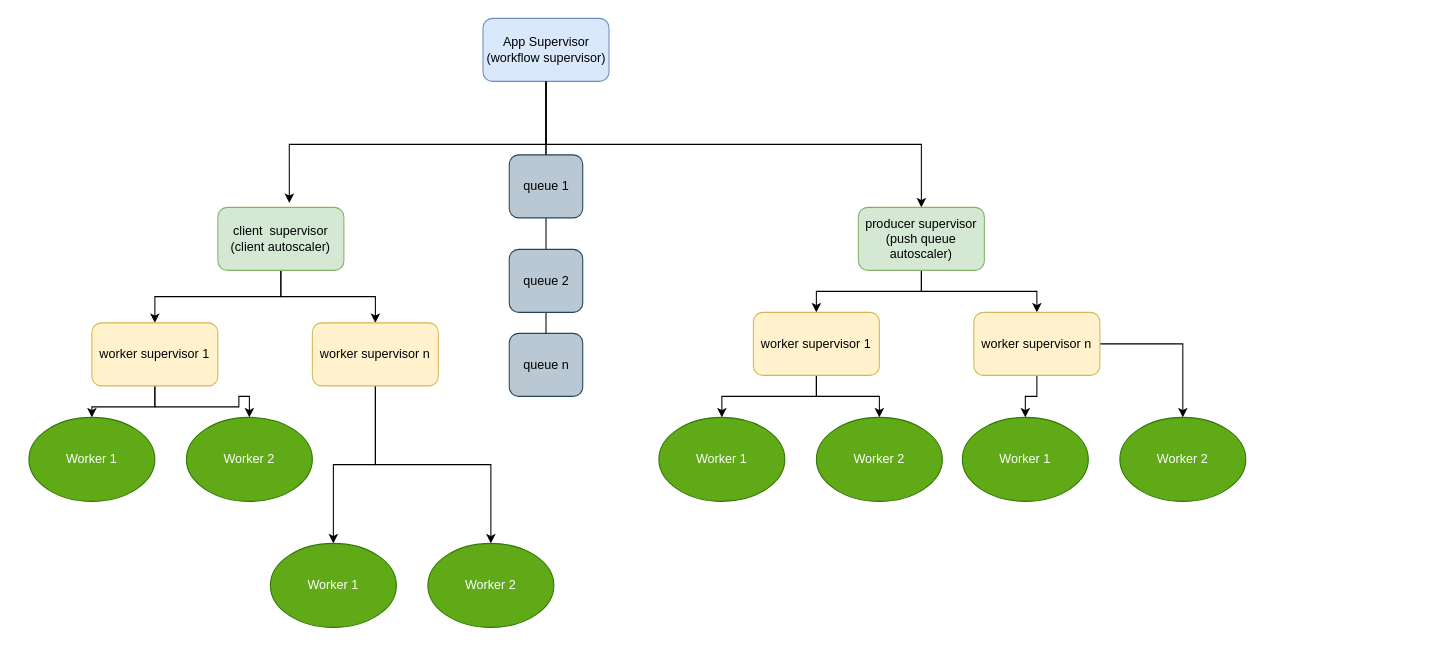
Above: page "supervision tree" (2 of 3) of Untitled Diagram.drawio in sandufurdui/Learn-Scala (draw.io), before the change. Source tidied: cells renumbered, new cells numbered last; positions are measured from the earlier drawing's top-left corner, leaving out a move shared by most shapes. Both pictures are drawn from the tidied source at 105%, with x=0, y=0 at pixel (28, 18).
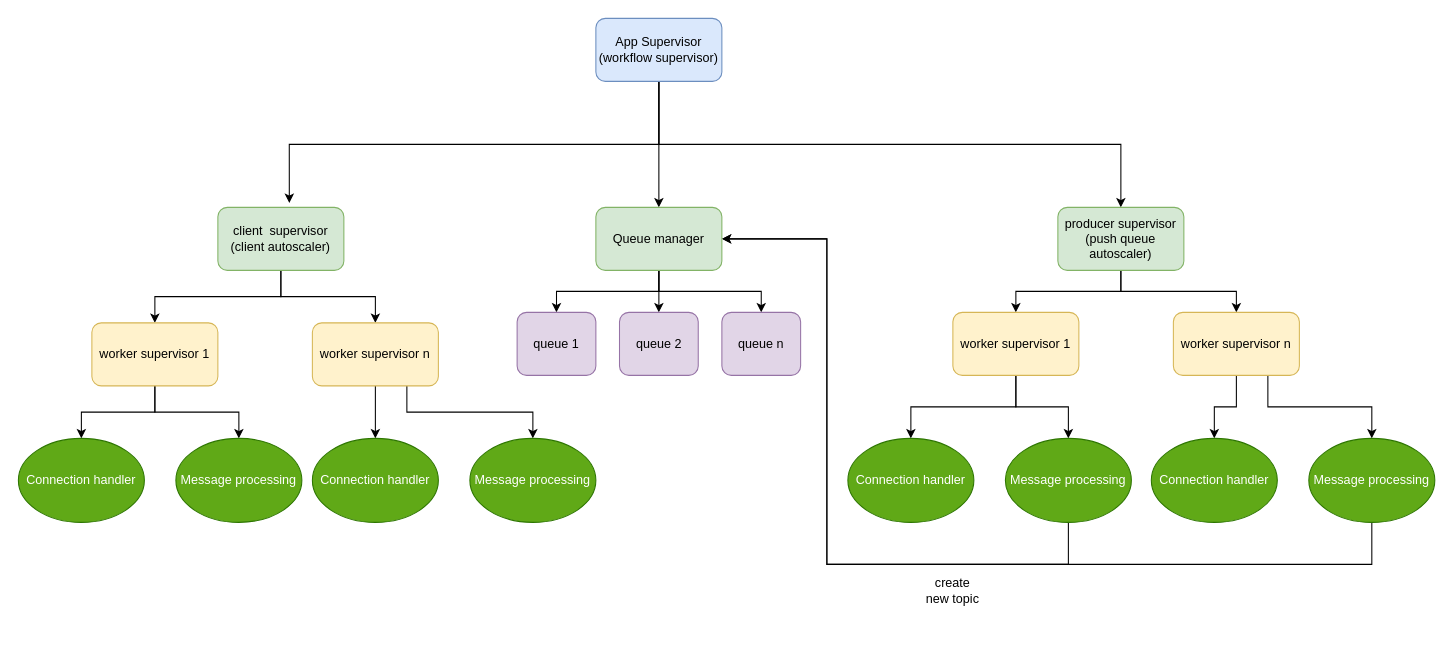
After the change.

Unchanged cells that the change refers to:
```xml
<mxCell id="23" value="&lt;span style=&quot;&quot;&gt;worker supervisor n&lt;/span&gt;" style="rounded=1;whiteSpace=wrap;html=1;fillColor=#fff2cc;strokeColor=#d6b656;" parent="1" vertex="1">
  <mxGeometry x="270" y="290" width="120" height="60" as="geometry" />
</mxCell>
```

Diff of the diagram source:
```diff
@@
+    <mxCell id="38" style="edgeStyle=orthogonalEdgeStyle;rounded=0;jettySize=auto;html=1;entryX=0.5;entryY=0;entryDx=0;entryDy=0;" parent="1" edge="1" source="4" target="44">
+      <mxGeometry relative="1" as="geometry" />
+    </mxCell>
     <mxCell id="4" value="App Supervisor&lt;br&gt;(workflow supervisor)" style="rounded=1;whiteSpace=wrap;html=1;fillColor=#dae8fc;strokeColor=#6c8ebf;" parent="1" vertex="1">
-      <mxGeometry x="432.5" width="120" height="60" as="geometry" />
+      <mxGeometry x="540" width="120" height="60" as="geometry" />
     </mxCell>
@@
     <mxCell id="10" value="producer supervisor&lt;br&gt;(push queue autoscaler)" style="rounded=1;whiteSpace=wrap;html=1;fillColor=#d5e8d4;strokeColor=#82b366;" parent="1" vertex="1">
-      <mxGeometry x="790" y="180" width="120" height="60" as="geometry" />
+      <mxGeometry x="980" y="180" width="120" height="60" as="geometry" />
     </mxCell>
-    <mxCell id="11" value="queue n" style="rounded=1;whiteSpace=wrap;html=1;fillColor=#bac8d3;strokeColor=#23445d;" parent="1" vertex="1">
-      <mxGeometry x="457.5" y="300" width="70" height="60" as="geometry" />
-    </mxCell>
-    <mxCell id="12" style="endArrow=none;html=1;rounded=0;exitX=0.5;exitY=1;exitDx=0;exitDy=0;entryX=0.5;entryY=0;entryDx=0;entryDy=0;startArrow=none;" parent="1" edge="1" source="15" target="17">
-      <mxGeometry relative="1" as="geometry" />
-    </mxCell>
-    <mxCell id="13" style="endArrow=none;html=1;rounded=0;exitX=0.5;exitY=1;exitDx=0;exitDy=0;entryX=0.5;entryY=0;entryDx=0;entryDy=0;" parent="1" edge="1" source="4" target="15">
-      <mxGeometry relative="1" as="geometry" />
-    </mxCell>
-    <mxCell id="14" style="endArrow=none;html=1;rounded=0;exitX=0.5;exitY=1;exitDx=0;exitDy=0;entryX=0.5;entryY=0;entryDx=0;entryDy=0;startArrow=none;" parent="1" edge="1" source="17" target="11">
-      <mxGeometry relative="1" as="geometry" />
-    </mxCell>
-    <mxCell id="15" value="queue 1" style="rounded=1;whiteSpace=wrap;html=1;fillColor=#bac8d3;strokeColor=#23445d;" parent="1" vertex="1">
-      <mxGeometry x="457.5" y="130" width="70" height="60" as="geometry" />
-    </mxCell>
-    <mxCell id="16" style="endArrow=none;html=1;rounded=0;exitX=0.5;exitY=1;exitDx=0;exitDy=0;entryX=0.5;entryY=0;entryDx=0;entryDy=0;" parent="1" edge="1" source="4" target="15">
-      <mxGeometry relative="1" as="geometry" />
-    </mxCell>
-    <mxCell id="17" value="queue 2" style="rounded=1;whiteSpace=wrap;html=1;fillColor=#bac8d3;strokeColor=#23445d;" parent="1" vertex="1">
-      <mxGeometry x="457.5" y="220" width="70" height="60" as="geometry" />
-    </mxCell>
@@
-    <mxCell id="22" style="edgeStyle=orthogonalEdgeStyle;rounded=0;jettySize=auto;html=1;entryX=0.5;entryY=0;entryDx=0;entryDy=0;" parent="1" edge="1" source="23" target="33">
+    <mxCell id="22" style="edgeStyle=orthogonalEdgeStyle;rounded=0;jettySize=auto;html=1;exitX=0.75;exitY=1;exitDx=0;exitDy=0;entryX=0.5;entryY=0;entryDx=0;entryDy=0;" parent="1" edge="1" source="23" target="33">
       <mxGeometry relative="1" as="geometry" />
     </mxCell>
@@
     <mxCell id="26" value="&lt;span style=&quot;&quot;&gt;worker supervisor 1&lt;/span&gt;" style="rounded=1;whiteSpace=wrap;html=1;fillColor=#fff2cc;strokeColor=#d6b656;" parent="1" vertex="1">
-      <mxGeometry x="690" y="280" width="120" height="60" as="geometry" />
+      <mxGeometry x="880" y="280" width="120" height="60" as="geometry" />
     </mxCell>
@@
-    <mxCell id="28" style="edgeStyle=orthogonalEdgeStyle;rounded=0;jettySize=auto;html=1;entryX=0.5;entryY=0;entryDx=0;entryDy=0;" parent="1" edge="1" source="29" target="37">
+    <mxCell id="28" style="edgeStyle=orthogonalEdgeStyle;rounded=0;jettySize=auto;html=1;exitX=0.75;exitY=1;exitDx=0;exitDy=0;entryX=0.5;entryY=0;entryDx=0;entryDy=0;" parent="1" edge="1" source="29" target="37">
       <mxGeometry relative="1" as="geometry" />
     </mxCell>
     <mxCell id="29" value="&lt;span style=&quot;&quot;&gt;worker supervisor n&lt;/span&gt;" style="rounded=1;whiteSpace=wrap;html=1;fillColor=#fff2cc;strokeColor=#d6b656;" parent="1" vertex="1">
-      <mxGeometry x="900" y="280" width="120" height="60" as="geometry" />
+      <mxGeometry x="1090" y="280" width="120" height="60" as="geometry" />
     </mxCell>
-    <mxCell id="30" value="Worker 1" style="ellipse;whiteSpace=wrap;html=1;fillColor=#60a917;fontColor=#ffffff;strokeColor=#2D7600;" parent="1" vertex="1">
-      <mxGeometry y="380" width="120" height="80" as="geometry" />
+    <mxCell id="30" value="Connection handler" style="ellipse;whiteSpace=wrap;html=1;fillColor=#60a917;fontColor=#ffffff;strokeColor=#2D7600;" parent="1" vertex="1">
+      <mxGeometry x="-10" y="400" width="120" height="80" as="geometry" />
     </mxCell>
-    <mxCell id="31" value="Worker 2" style="ellipse;whiteSpace=wrap;html=1;fillColor=#60a917;fontColor=#ffffff;strokeColor=#2D7600;" parent="1" vertex="1">
-      <mxGeometry x="150" y="380" width="120" height="80" as="geometry" />
+    <mxCell id="31" value="Message processing" style="ellipse;whiteSpace=wrap;html=1;fillColor=#60a917;fontColor=#ffffff;strokeColor=#2D7600;" parent="1" vertex="1">
+      <mxGeometry x="140" y="400" width="120" height="80" as="geometry" />
     </mxCell>
-    <mxCell id="32" value="Worker 1" style="ellipse;whiteSpace=wrap;html=1;fillColor=#60a917;fontColor=#ffffff;strokeColor=#2D7600;" parent="1" vertex="1">
-      <mxGeometry x="230" y="500" width="120" height="80" as="geometry" />
+    <mxCell id="32" value="Connection handler" style="ellipse;whiteSpace=wrap;html=1;fillColor=#60a917;fontColor=#ffffff;strokeColor=#2D7600;" parent="1" vertex="1">
+      <mxGeometry x="270" y="400" width="120" height="80" as="geometry" />
     </mxCell>
-    <mxCell id="33" value="Worker 2" style="ellipse;whiteSpace=wrap;html=1;fillColor=#60a917;fontColor=#ffffff;strokeColor=#2D7600;" parent="1" vertex="1">
-      <mxGeometry x="380" y="500" width="120" height="80" as="geometry" />
+    <mxCell id="33" value="Message processing" style="ellipse;whiteSpace=wrap;html=1;fillColor=#60a917;fontColor=#ffffff;strokeColor=#2D7600;" parent="1" vertex="1">
+      <mxGeometry x="420" y="400" width="120" height="80" as="geometry" />
     </mxCell>
-    <mxCell id="34" value="Worker 1" style="ellipse;whiteSpace=wrap;html=1;fillColor=#60a917;fontColor=#ffffff;strokeColor=#2D7600;" parent="1" vertex="1">
-      <mxGeometry x="600" y="380" width="120" height="80" as="geometry" />
+    <mxCell id="34" value="Connection handler" style="ellipse;whiteSpace=wrap;html=1;fillColor=#60a917;fontColor=#ffffff;strokeColor=#2D7600;" parent="1" vertex="1">
+      <mxGeometry x="780" y="400" width="120" height="80" as="geometry" />
     </mxCell>
+    <mxCell id="39" style="edgeStyle=orthogonalEdgeStyle;rounded=0;jettySize=auto;html=1;entryX=1;entryY=0.5;entryDx=0;entryDy=0;" parent="1" edge="1" source="35" target="44">
+      <mxGeometry relative="1" as="geometry">
+        <Array as="points">
+          <mxPoint x="990" y="520" />
+          <mxPoint x="760" y="520" />
+          <mxPoint x="760" y="210" />
+        </Array>
+      </mxGeometry>
+    </mxCell>
-    <mxCell id="35" value="Worker 2" style="ellipse;whiteSpace=wrap;html=1;fillColor=#60a917;fontColor=#ffffff;strokeColor=#2D7600;" parent="1" vertex="1">
-      <mxGeometry x="750" y="380" width="120" height="80" as="geometry" />
+    <mxCell id="35" value="Message processing" style="ellipse;whiteSpace=wrap;html=1;fillColor=#60a917;fontColor=#ffffff;strokeColor=#2D7600;" parent="1" vertex="1">
+      <mxGeometry x="930" y="400" width="120" height="80" as="geometry" />
     </mxCell>
-    <mxCell id="36" value="Worker 1" style="ellipse;whiteSpace=wrap;html=1;fillColor=#60a917;fontColor=#ffffff;strokeColor=#2D7600;" parent="1" vertex="1">
-      <mxGeometry x="889" y="380" width="120" height="80" as="geometry" />
+    <mxCell id="36" value="Connection handler" style="ellipse;whiteSpace=wrap;html=1;fillColor=#60a917;fontColor=#ffffff;strokeColor=#2D7600;" parent="1" vertex="1">
+      <mxGeometry x="1069" y="400" width="120" height="80" as="geometry" />
     </mxCell>
+    <mxCell id="40" style="edgeStyle=orthogonalEdgeStyle;rounded=0;jettySize=auto;html=1;" parent="1" edge="1" source="37">
+      <mxGeometry relative="1" as="geometry">
+        <mxPoint x="660" y="210" as="targetPoint" />
+        <Array as="points">
+          <mxPoint x="1279" y="520" />
+          <mxPoint x="760" y="520" />
+          <mxPoint x="760" y="210" />
+        </Array>
+      </mxGeometry>
+    </mxCell>
-    <mxCell id="37" value="Worker 2" style="ellipse;whiteSpace=wrap;html=1;fillColor=#60a917;fontColor=#ffffff;strokeColor=#2D7600;" parent="1" vertex="1">
-      <mxGeometry x="1039" y="380" width="120" height="80" as="geometry" />
+    <mxCell id="37" value="Message processing" style="ellipse;whiteSpace=wrap;html=1;fillColor=#60a917;fontColor=#ffffff;strokeColor=#2D7600;" parent="1" vertex="1">
+      <mxGeometry x="1219" y="400" width="120" height="80" as="geometry" />
     </mxCell>
+    <mxCell id="41" style="edgeStyle=orthogonalEdgeStyle;rounded=0;jettySize=auto;html=1;exitX=0.5;exitY=1;exitDx=0;exitDy=0;entryX=0.5;entryY=0;entryDx=0;entryDy=0;" parent="1" edge="1" source="44" target="15">
+      <mxGeometry relative="1" as="geometry" />
+    </mxCell>
+    <mxCell id="42" style="edgeStyle=orthogonalEdgeStyle;rounded=0;jettySize=auto;html=1;entryX=0.5;entryY=0;entryDx=0;entryDy=0;" parent="1" edge="1" source="44" target="17">
+      <mxGeometry relative="1" as="geometry" />
+    </mxCell>
+    <mxCell id="43" style="edgeStyle=orthogonalEdgeStyle;rounded=0;jettySize=auto;html=1;entryX=0.5;entryY=0;entryDx=0;entryDy=0;" parent="1" edge="1" source="44" target="11">
+      <mxGeometry relative="1" as="geometry" />
+    </mxCell>
+    <mxCell id="44" value="Queue manager" style="rounded=1;whiteSpace=wrap;html=1;fillColor=#d5e8d4;strokeColor=#82b366;" parent="1" vertex="1">
+      <mxGeometry x="540" y="180" width="120" height="60" as="geometry" />
+    </mxCell>
+    <mxCell id="15" value="queue 1" style="rounded=1;whiteSpace=wrap;html=1;fillColor=#e1d5e7;strokeColor=#9673a6;" parent="1" vertex="1">
+      <mxGeometry x="465" y="280" width="75" height="60" as="geometry" />
+    </mxCell>
+    <mxCell id="17" value="queue 2" style="rounded=1;whiteSpace=wrap;html=1;fillColor=#e1d5e7;strokeColor=#9673a6;" parent="1" vertex="1">
+      <mxGeometry x="562.5" y="280" width="75" height="60" as="geometry" />
+    </mxCell>
+    <mxCell id="11" value="queue n" style="rounded=1;whiteSpace=wrap;html=1;fillColor=#e1d5e7;strokeColor=#9673a6;" parent="1" vertex="1">
+      <mxGeometry x="660" y="280" width="75" height="60" as="geometry" />
+    </mxCell>
+    <mxCell id="45" value="create new topic" style="text;html=1;strokeColor=none;fillColor=none;align=center;verticalAlign=middle;whiteSpace=wrap;rounded=0;shadow=1;" parent="1" vertex="1">
+      <mxGeometry x="850" y="530" width="60" height="30" as="geometry" />
+    </mxCell>
```
